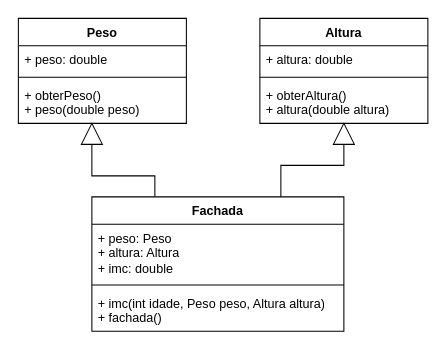
The draw.io diagram Padroes/Facade/diagrama facade.drawio in juliocesar1316/bertoti, before the edit. Source tidied: cells renumbered, new cells numbered last; positions are measured from the earlier drawing's top-left corner, leaving out a move shared by most shapes. Both pictures are drawn from the tidied source at 105%, with x=0, y=0 at pixel (18, 18).
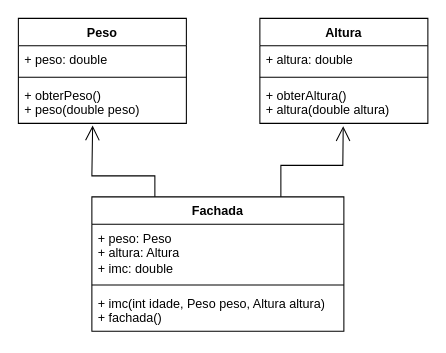
After the change.

The change refers to these unchanged cells:
```xml
<mxCell id="5" value="+ obterPeso()&lt;br&gt;+ peso(double peso)" style="text;strokeColor=none;fillColor=none;align=left;verticalAlign=top;spacingLeft=4;spacingRight=4;overflow=hidden;points=[[0,0.5],[1,0.5]];portConstraint=eastwest;whiteSpace=wrap;html=1;" parent="2" vertex="1">
  <mxGeometry y="60" width="160" height="40" as="geometry" />
</mxCell>
<mxCell id="9" value="+ obterAltura()&lt;br&gt;+ altura(double altura)" style="text;strokeColor=none;fillColor=none;align=left;verticalAlign=top;spacingLeft=4;spacingRight=4;overflow=hidden;points=[[0,0.5],[1,0.5]];portConstraint=eastwest;whiteSpace=wrap;html=1;" parent="6" vertex="1">
  <mxGeometry y="60" width="160" height="40" as="geometry" />
</mxCell>
<mxCell id="10" value="Fachada" style="swimlane;fontStyle=1;align=center;verticalAlign=top;horizontal=1;startSize=26;whiteSpace=wrap;html=1;" parent="1" vertex="1">
  <mxGeometry x="70" y="170" width="240" height="128" as="geometry" />
</mxCell>
```

Change to the diagram source:
```diff
@@
-    <mxCell id="14" style="triangle;whiteSpace=wrap;html=1;rotation=-90;" parent="1" vertex="1">
-      <mxGeometry x="60" y="100" width="20" height="20" as="geometry" />
-    </mxCell>
-    <mxCell id="15" style="triangle;whiteSpace=wrap;html=1;rotation=-90;" parent="1" vertex="1">
-      <mxGeometry x="300" y="100" width="20" height="20" as="geometry" />
-    </mxCell>
-    <mxCell id="16" style="endArrow=none;html=1;rounded=0;entryX=0;entryY=0.5;entryDx=0;entryDy=0;exitX=0.25;exitY=0;exitDx=0;exitDy=0;" parent="1" edge="1" source="10" target="14">
-      <mxGeometry relative="1" as="geometry">
-        <Array as="points">
-          <mxPoint x="130" y="150" />
-          <mxPoint x="70" y="150" />
-        </Array>
-      </mxGeometry>
-    </mxCell>
-    <mxCell id="17" style="endArrow=none;html=1;rounded=0;entryX=0;entryY=0.5;entryDx=0;entryDy=0;exitX=0.75;exitY=0;exitDx=0;exitDy=0;" parent="1" edge="1" source="10" target="15">
-      <mxGeometry relative="1" as="geometry">
-        <Array as="points">
-          <mxPoint x="250" y="140" />
-          <mxPoint x="310" y="140" />
-        </Array>
-      </mxGeometry>
-    </mxCell>
+    <mxCell id="18" style="endArrow=open;endFill=1;endSize=12;html=1;rounded=0;exitX=0.25;exitY=0;exitDx=0;exitDy=0;entryX=0.442;entryY=1.05;entryDx=0;entryDy=0;entryPerimeter=0;" parent="1" edge="1" source="10" target="5">
+      <mxGeometry relative="1" as="geometry">
+        <Array as="points">
+          <mxPoint x="130" y="150" />
+          <mxPoint x="70" y="150" />
+        </Array>
+      </mxGeometry>
+    </mxCell>
+    <mxCell id="19" style="endArrow=open;endFill=1;endSize=12;html=1;rounded=0;exitX=0.75;exitY=0;exitDx=0;exitDy=0;entryX=0.496;entryY=1.067;entryDx=0;entryDy=0;entryPerimeter=0;" parent="1" edge="1" source="10" target="9">
+      <mxGeometry relative="1" as="geometry">
+        <Array as="points">
+          <mxPoint x="250" y="140" />
+          <mxPoint x="309" y="140" />
+        </Array>
+      </mxGeometry>
+    </mxCell>
```
